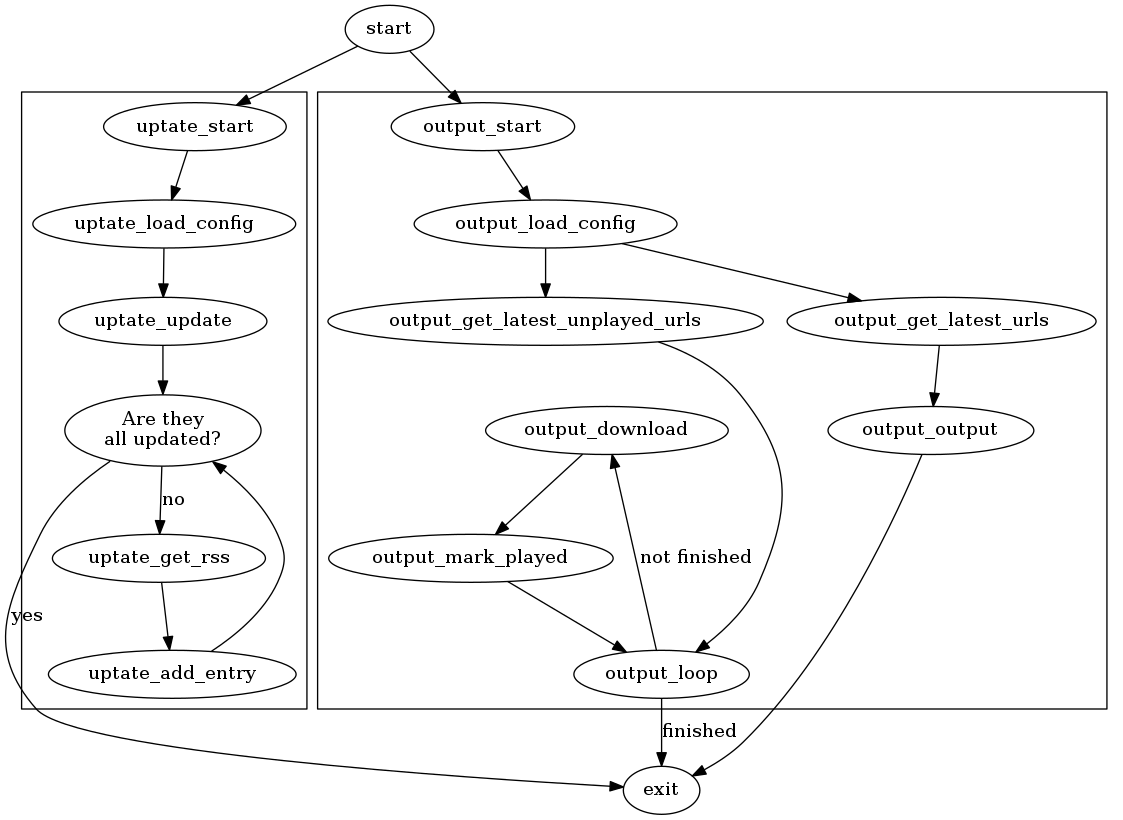
The Graphviz diagram flow.png in andrewc12/laughing-barnacle, before a commit. Its source is kept beside it as flow.dot.
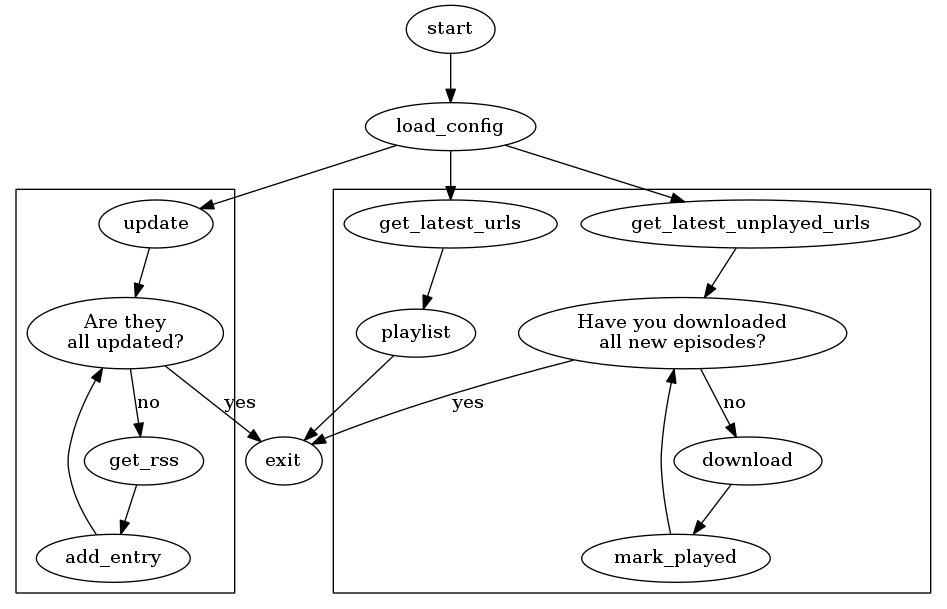
After the change.

Commit message:
Updated flow graph

What changed in the source:
```diff
@@ -1,37 +1,34 @@
 digraph {
-start -> uptate_start;
-start -> output_start;
+start -> load_config;
+load_config -> update;
+load_config -> get_latest_unplayed_urls;
+load_config -> get_latest_urls;
 
 subgraph cluster_0 {
-    uptate_start -> uptate_load_config;
-    uptate_load_config -> uptate_update;
-    uptate_update -> uptate_allupdated;
 
-    uptate_allupdated -> uptate_get_rss[label="no"];
-    uptate_get_rss -> uptate_add_entry;
-    uptate_add_entry -> uptate_allupdated;
+    update -> allupdated;
 
-    uptate_allupdated[label="Are they\nall updated?"]
+    allupdated -> get_rss[label="no"];
+    get_rss -> add_entry;
+    add_entry -> allupdated;
+
+    allupdated[label="Are they\nall updated?"]
 }
 
 
 subgraph cluster_1 {
-    output_start -> output_load_config;
-    output_load_config -> output_get_latest_urls;
-    output_load_config -> output_get_latest_unplayed_urls;
-    output_get_latest_unplayed_urls -> output_loop;
-    output_loop -> output_download[label="not finished"];
-    output_download -> output_mark_played;
-    output_mark_played -> output_loop;
+    get_latest_unplayed_urls -> loop;
+    loop -> download[label="no"];
+    download -> mark_played;
+    mark_played -> loop;
 
-    output_get_latest_urls -> output_output;
+    get_latest_urls -> output_playlist;
+
+    loop[label="Have you downloaded\nall new episodes?"]
 
 
-
-    {rank=same;  output_get_latest_urls  output_get_latest_unplayed_urls}
-    {rank=same; output_output output_download}
 }
-output_loop -> exit[label="finished"];
-output_output -> exit;
-uptate_allupdated -> exit[label="yes"];
+loop -> exit[label="yes"];
+output_playlist -> exit;
+allupdated -> exit[label="yes"];
 }
```
